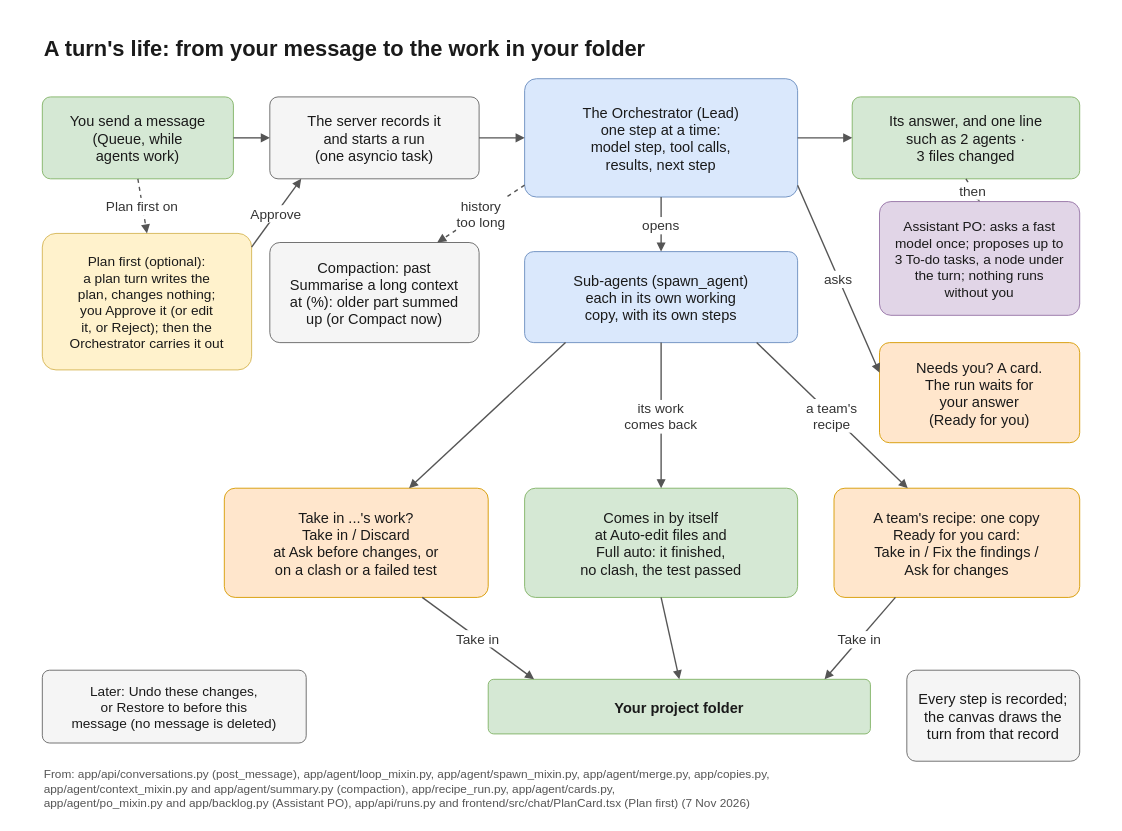
Earlier version of the draw.io diagram docs/diagrams/turn.drawio (flyingriverhorse/Koloni). Source tidied: cells renumbered, new cells numbered last; positions are measured from the earlier drawing's top-left corner, leaving out a move shared by most shapes. Both pictures are drawn from the tidied source at 91%, with x=0, y=0 at pixel (15, 15).
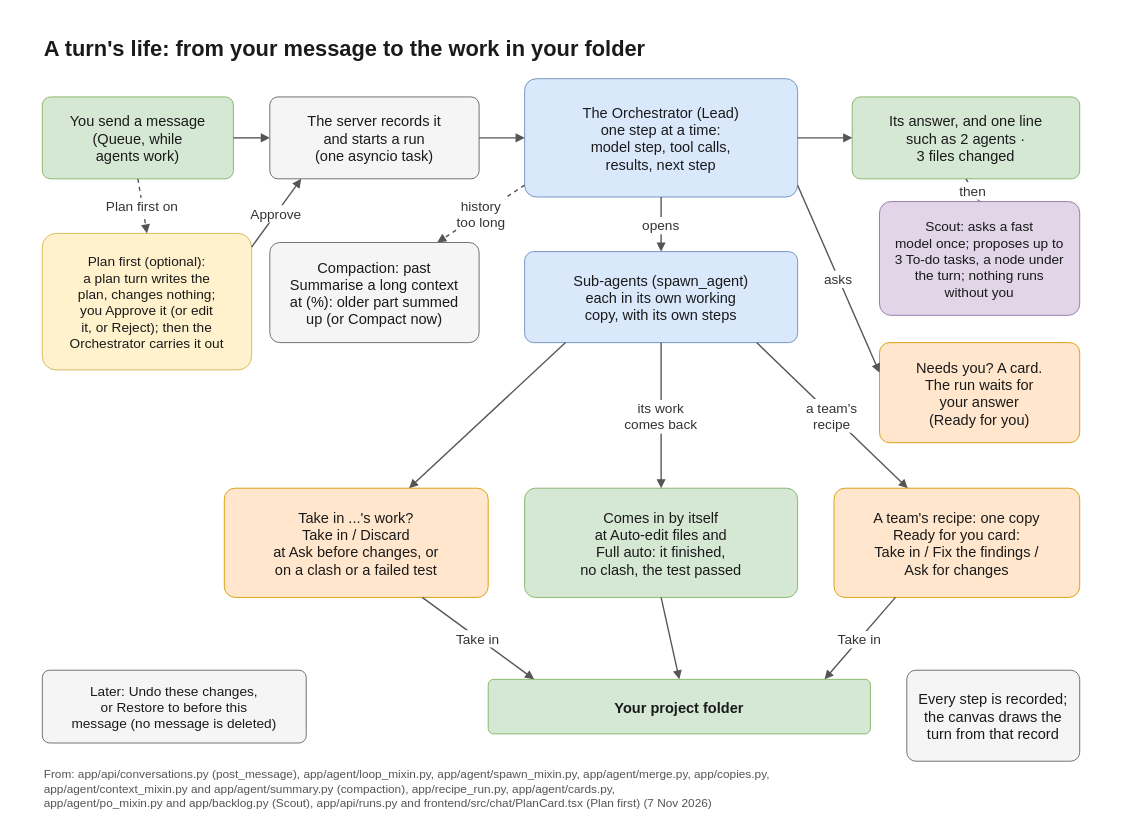
The same page after the edit.

The edit, as a diff of the source:
```diff
@@
-    <mxCell id="30" value="Assistant PO: asks a fast&#10;model once; proposes up to&#10;3 To-do tasks, a node under&#10;the turn; nothing runs&#10;without you" style="rounded=1;arcSize=10;fillColor=#e1d5e7;strokeColor=#9673a6;fontFamily=Helvetica;fontColor=#1a1a1a;fontSize=15;spacing=6;" parent="1" vertex="1">
+    <mxCell id="30" value="Scout: asks a fast&#10;model once; proposes up to&#10;3 To-do tasks, a node under&#10;the turn; nothing runs&#10;without you" style="rounded=1;arcSize=10;fillColor=#e1d5e7;strokeColor=#9673a6;fontFamily=Helvetica;fontColor=#1a1a1a;fontSize=15;spacing=6;" parent="1" vertex="1">
       <mxGeometry x="950" y="205" width="220" height="125" as="geometry" />
     </mxCell>
@@
-    <mxCell id="34" value="From: app/api/conversations.py (post_message), app/agent/loop_mixin.py, app/agent/spawn_mixin.py, app/agent/merge.py, app/copies.py,&#10;app/agent/context_mixin.py and app/agent/summary.py (compaction), app/recipe_run.py, app/agent/cards.py,&#10;app/agent/po_mixin.py and app/backlog.py (Assistant PO), app/api/runs.py and frontend/src/chat/PlanCard.tsx (Plan first) (7 Nov 2026)" style="text;strokeColor=none;fillColor=none;fontFamily=Helvetica;fontColor=#555555;fontSize=13;align=left;verticalAlign=top;" parent="1" vertex="1">
+    <mxCell id="34" value="From: app/api/conversations.py (post_message), app/agent/loop_mixin.py, app/agent/spawn_mixin.py, app/agent/merge.py, app/copies.py,&#10;app/agent/context_mixin.py and app/agent/summary.py (compaction), app/recipe_run.py, app/agent/cards.py,&#10;app/agent/po_mixin.py and app/backlog.py (Scout), app/api/runs.py and frontend/src/chat/PlanCard.tsx (Plan first) (7 Nov 2026)" style="text;strokeColor=none;fillColor=none;fontFamily=Helvetica;fontColor=#555555;fontSize=13;align=left;verticalAlign=top;" parent="1" vertex="1">
       <mxGeometry x="30" y="820" width="1140" height="60" as="geometry" />
     </mxCell>
```
